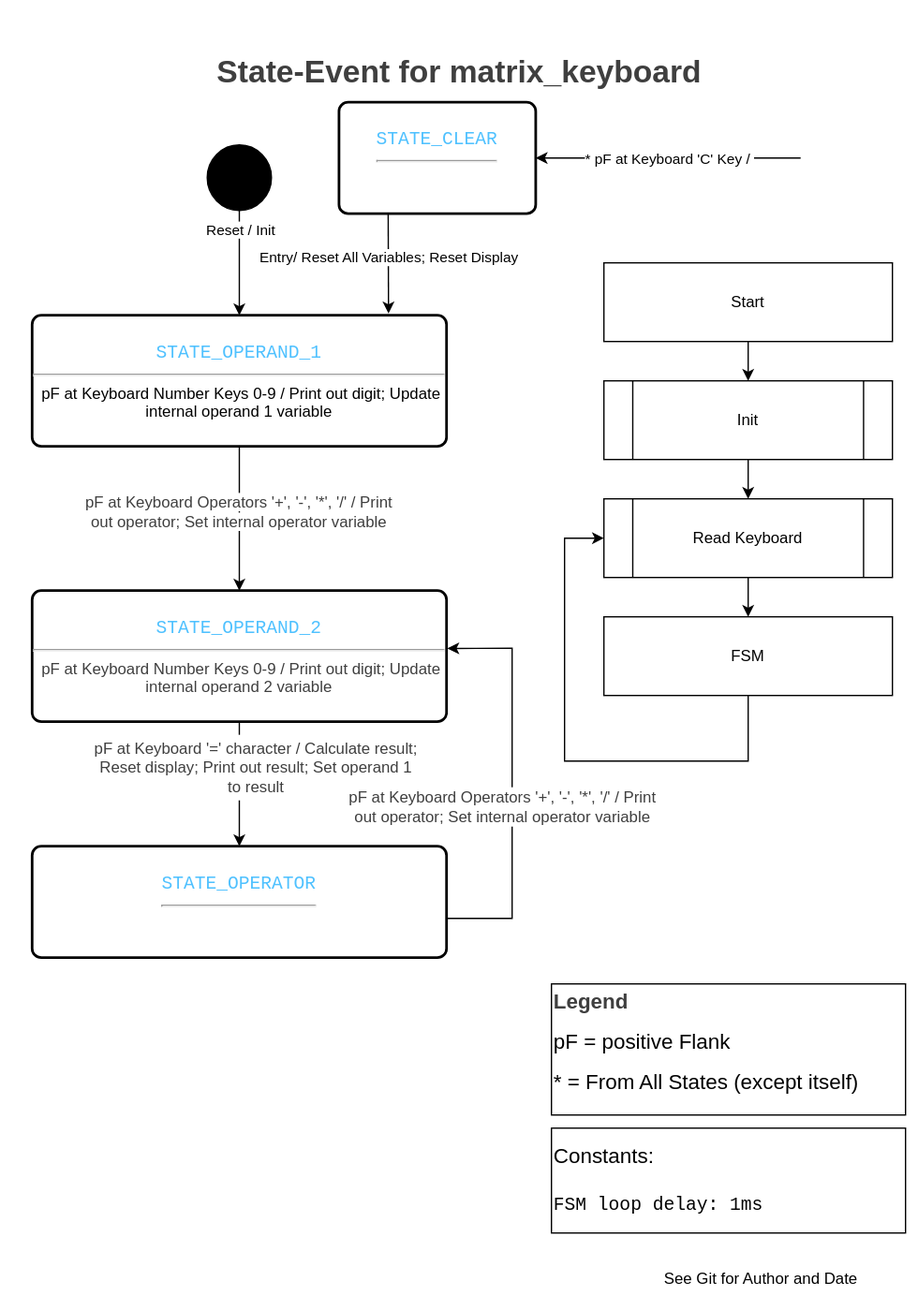
This is readme/State-Event.svg from ml3rc/4x4-Matrix-Keyboard-Calculator, a draw.io export, as it was before one commit. Source tidied: cells renumbered, new cells last; positions are measured from the earlier drawing's top-left corner, leaving out a move shared by most shapes.
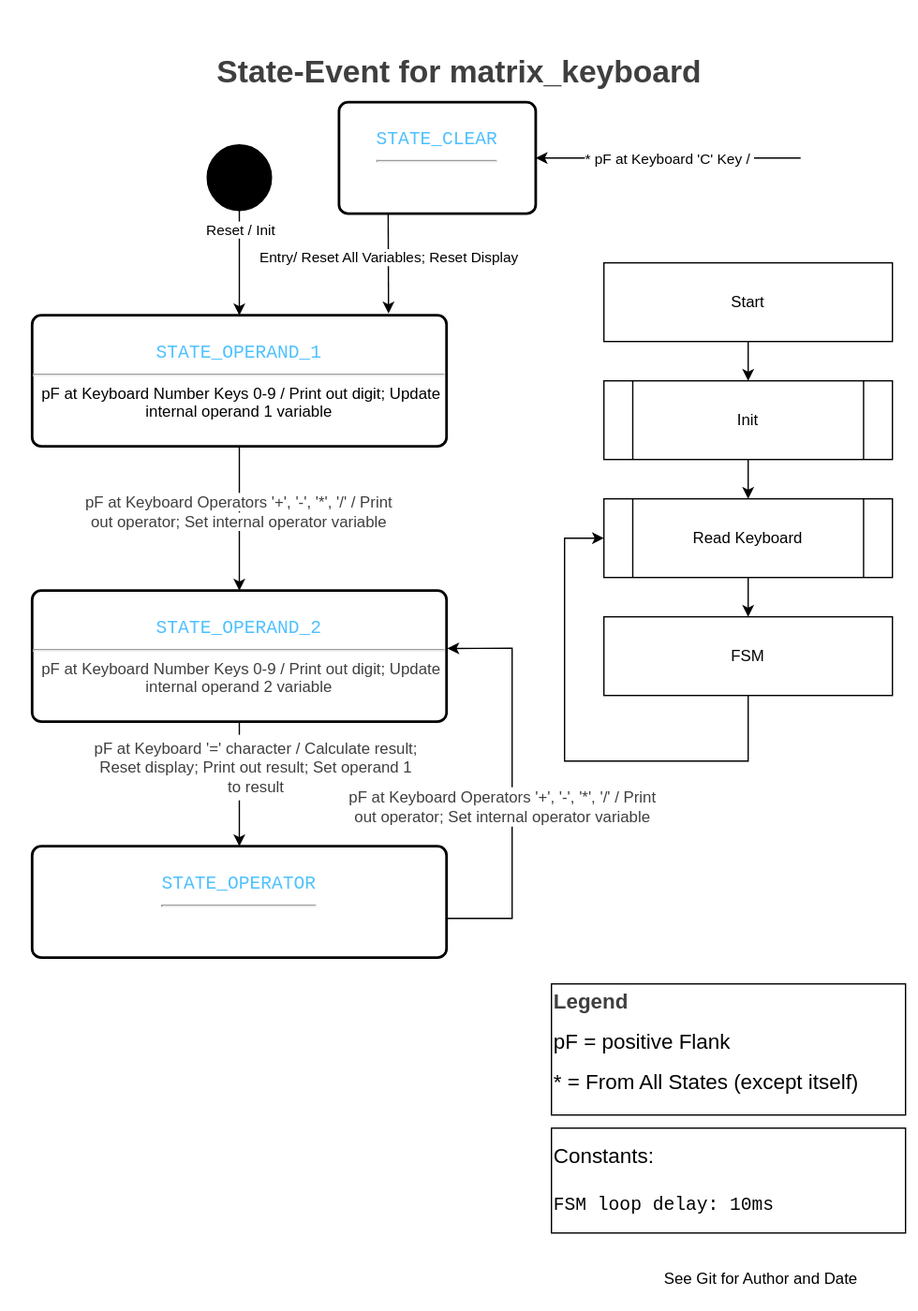
After the change.

Commit message:
fsm loop delay 10ms

The edit, as a diff of the source:
```diff
@@ -31,7 +31,7 @@
     <mxCell id="10" style="ellipse;fillColor=strokeColor;html=1;strokeColor=default;" parent="1" vertex="1">
       <mxGeometry x="157.5" y="110" width="49" height="50" as="geometry" />
     </mxCell>
-    <mxCell id="11" value="&lt;div style=&quot;&quot;&gt;&lt;span style=&quot;font-size: medium; background-color: initial;&quot;&gt;&lt;font&gt;Constants:&lt;/font&gt;&lt;/span&gt;&lt;/div&gt;&lt;div style=&quot;&quot;&gt;&lt;div style=&quot;font-family: Consolas, &amp;quot;Courier New&amp;quot;, monospace; font-size: 14px; line-height: 19px; white-space: pre;&quot;&gt;&lt;div style=&quot;line-height: 19px;&quot;&gt;&lt;div style=&quot;&quot;&gt;&lt;span&gt;&lt;font&gt;&lt;br&gt;&lt;/font&gt;&lt;/span&gt;&lt;/div&gt;&lt;div style=&quot;&quot;&gt;FSM loop delay: 1ms&lt;/div&gt;&lt;/div&gt;&lt;/div&gt;&lt;/div&gt;" style="html=1;whiteSpace=wrap;align=left;" parent="1" vertex="1">
+    <mxCell id="11" value="&lt;div style=&quot;&quot;&gt;&lt;span style=&quot;font-size: medium; background-color: initial;&quot;&gt;&lt;font&gt;Constants:&lt;/font&gt;&lt;/span&gt;&lt;/div&gt;&lt;div style=&quot;&quot;&gt;&lt;div style=&quot;font-family: Consolas, &amp;quot;Courier New&amp;quot;, monospace; font-size: 14px; line-height: 19px; white-space: pre;&quot;&gt;&lt;div style=&quot;line-height: 19px;&quot;&gt;&lt;div style=&quot;&quot;&gt;&lt;span&gt;&lt;font&gt;&lt;br&gt;&lt;/font&gt;&lt;/span&gt;&lt;/div&gt;&lt;div style=&quot;&quot;&gt;FSM loop delay: 10ms&lt;/div&gt;&lt;/div&gt;&lt;/div&gt;&lt;/div&gt;" style="html=1;whiteSpace=wrap;align=left;" parent="1" vertex="1">
       <mxGeometry x="420" y="860" width="270" height="80" as="geometry" />
     </mxCell>
     <mxCell id="12" style="edgeStyle=orthogonalEdgeStyle;rounded=0;jettySize=auto;html=1;exitX=0.5;exitY=1;exitDx=0;exitDy=0;entryX=0.5;entryY=0;entryDx=0;entryDy=0;" parent="1" edge="1" source="13" target="15">
```
